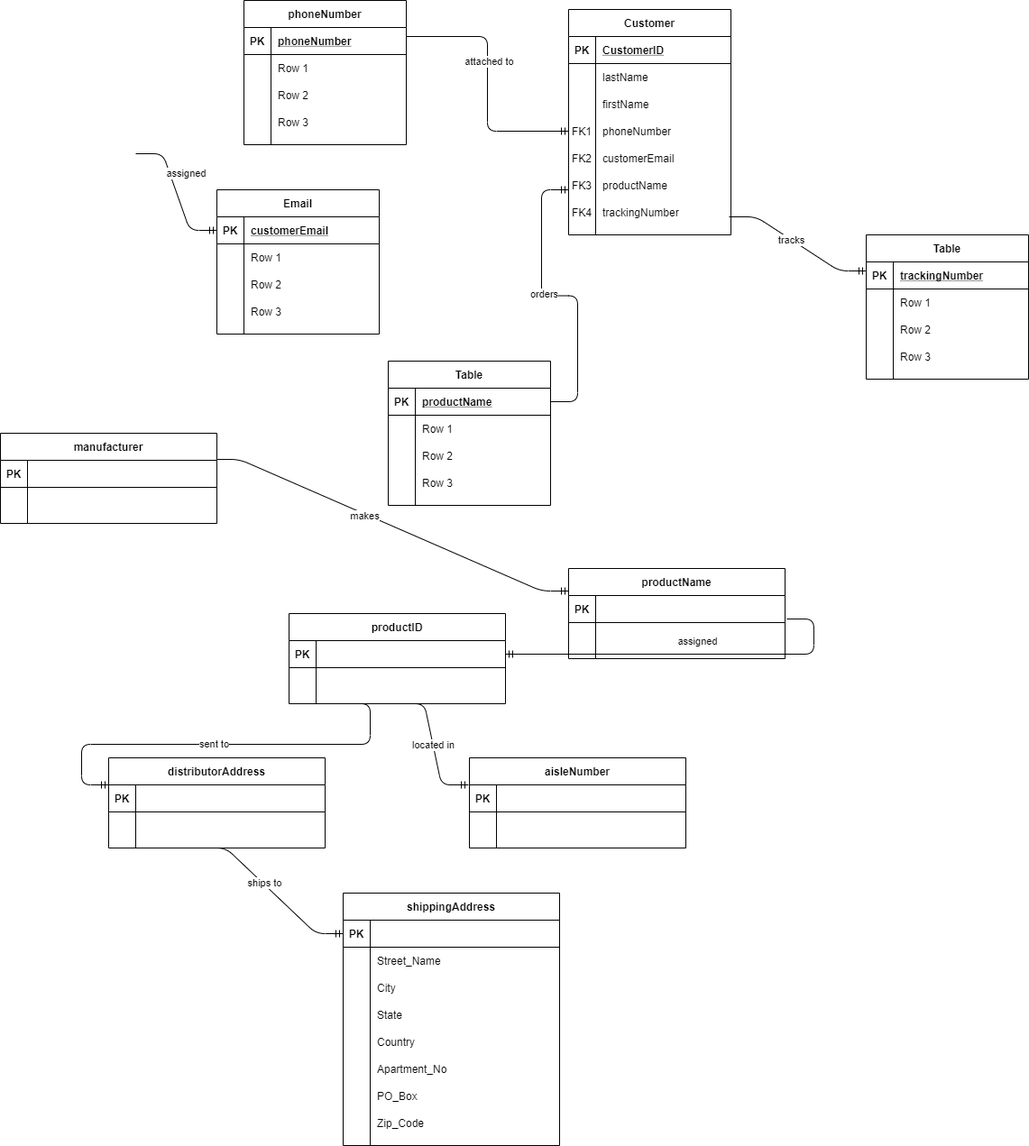
Above: erd.png in tylerbward/CIS-326-Group-Project (draw.io), before the change. Source tidied: cells renumbered, new cells last; positions are measured from the earlier drawing's top-left corner, leaving out a move shared by most shapes.
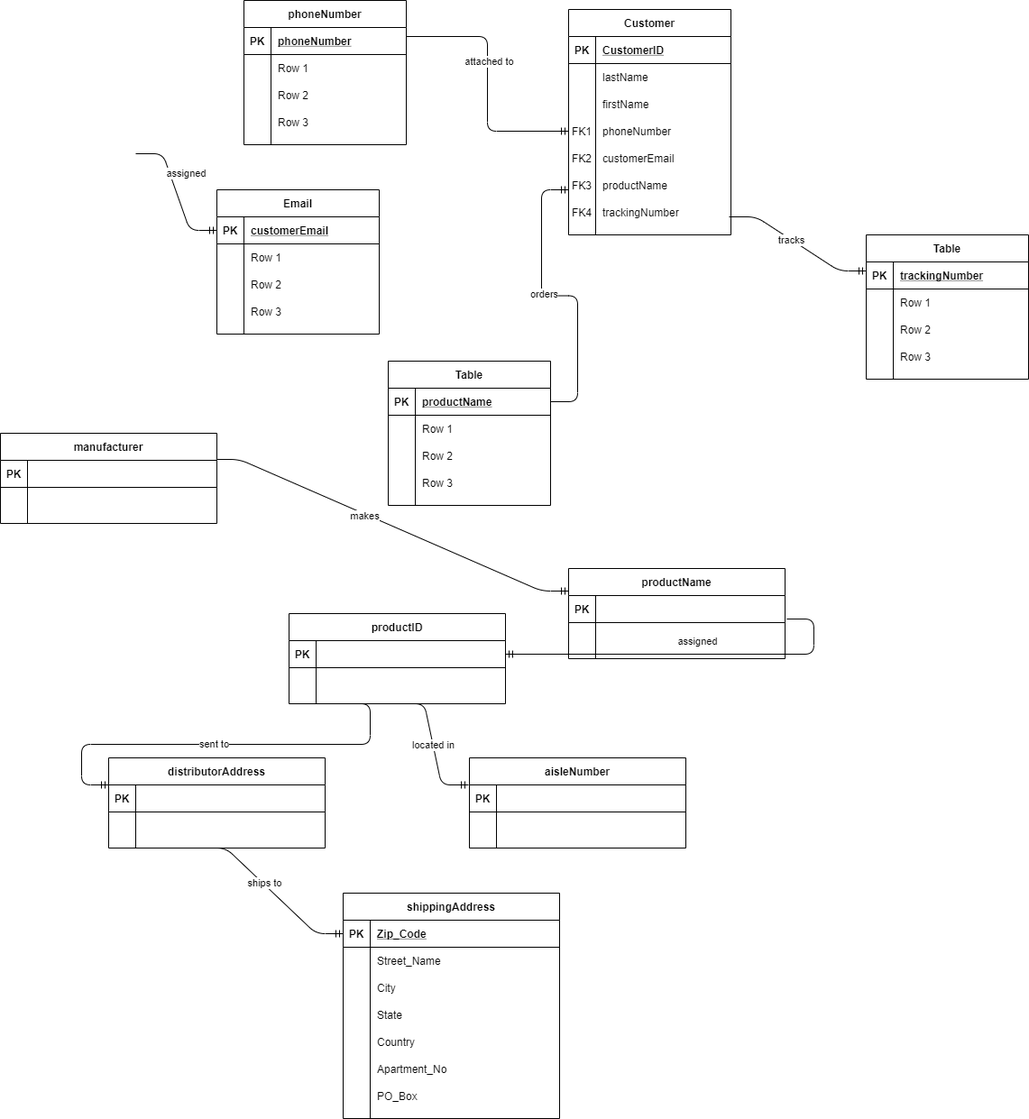
The same file after the commit.

The edit, as a diff of the source:
```diff
@@ -355,7 +355,7 @@
       <mxGeometry x="30" width="150" height="30" as="geometry" />
     </mxCell>
     <mxCell id="116" value="shippingAddress" style="shape=table;startSize=30;rowLines=0;fontStyle=1;align=center;" parent="1" vertex="1">
-      <mxGeometry x="380" y="990" width="240" height="280" as="geometry" />
+      <mxGeometry x="380" y="990" width="240" height="250" as="geometry" />
     </mxCell>
     <mxCell id="117" style="shape=partialRectangle;fillColor=none;points=[[0,0.5],[1,0.5]];portConstraint=eastwest;top=0;left=0;right=0;bottom=1;" parent="116" vertex="1">
       <mxGeometry y="30" width="240" height="30" as="geometry" />
@@ -363,7 +363,7 @@
     <mxCell id="118" value="PK" style="shape=partialRectangle;overflow=hidden;fillColor=none;top=0;left=0;bottom=0;right=0;fontStyle=1;" parent="117" vertex="1">
       <mxGeometry width="30" height="30" as="geometry" />
     </mxCell>
-    <mxCell id="119" style="shape=partialRectangle;overflow=hidden;fillColor=none;top=0;left=0;bottom=0;right=0;align=left;spacingLeft=6;fontStyle=5;" parent="117" vertex="1">
+    <mxCell id="119" value="Zip_Code" style="shape=partialRectangle;overflow=hidden;fillColor=none;top=0;left=0;bottom=0;right=0;align=left;spacingLeft=6;fontStyle=5;" parent="117" vertex="1">
       <mxGeometry x="30" width="210" height="30" as="geometry" />
     </mxCell>
     <mxCell id="120" style="shape=partialRectangle;fillColor=none;top=0;left=0;right=0;bottom=0;" parent="116" vertex="1">
@@ -420,15 +420,6 @@
     <mxCell id="137" value="PO_Box" style="shape=partialRectangle;overflow=hidden;fillColor=none;top=0;left=0;bottom=0;right=0;align=left;spacingLeft=6;" parent="135" vertex="1">
       <mxGeometry x="30" width="210" height="30" as="geometry" />
     </mxCell>
-    <mxCell id="138" style="shape=partialRectangle;fillColor=none;top=0;left=0;right=0;bottom=0;" parent="116" vertex="1">
-      <mxGeometry y="240" width="240" height="30" as="geometry" />
-    </mxCell>
-    <mxCell id="139" style="shape=partialRectangle;overflow=hidden;fillColor=none;top=0;left=0;bottom=0;right=0;" parent="138" vertex="1">
-      <mxGeometry width="30" height="30" as="geometry" />
-    </mxCell>
-    <mxCell id="140" value="Zip_Code" style="shape=partialRectangle;overflow=hidden;fillColor=none;top=0;left=0;bottom=0;right=0;align=left;spacingLeft=6;" parent="138" vertex="1">
-      <mxGeometry x="30" width="210" height="30" as="geometry" />
-    </mxCell>
     <mxCell id="141" style="edgeStyle=entityRelationEdgeStyle;fontSize=12;html=1;endArrow=ERmandOne;entryX=0;entryY=0.5;entryDx=0;entryDy=0;" parent="1" edge="1" target="117">
       <mxGeometry relative="1" as="geometry">
         <mxPoint x="220" y="940" as="sourcePoint" />
```
